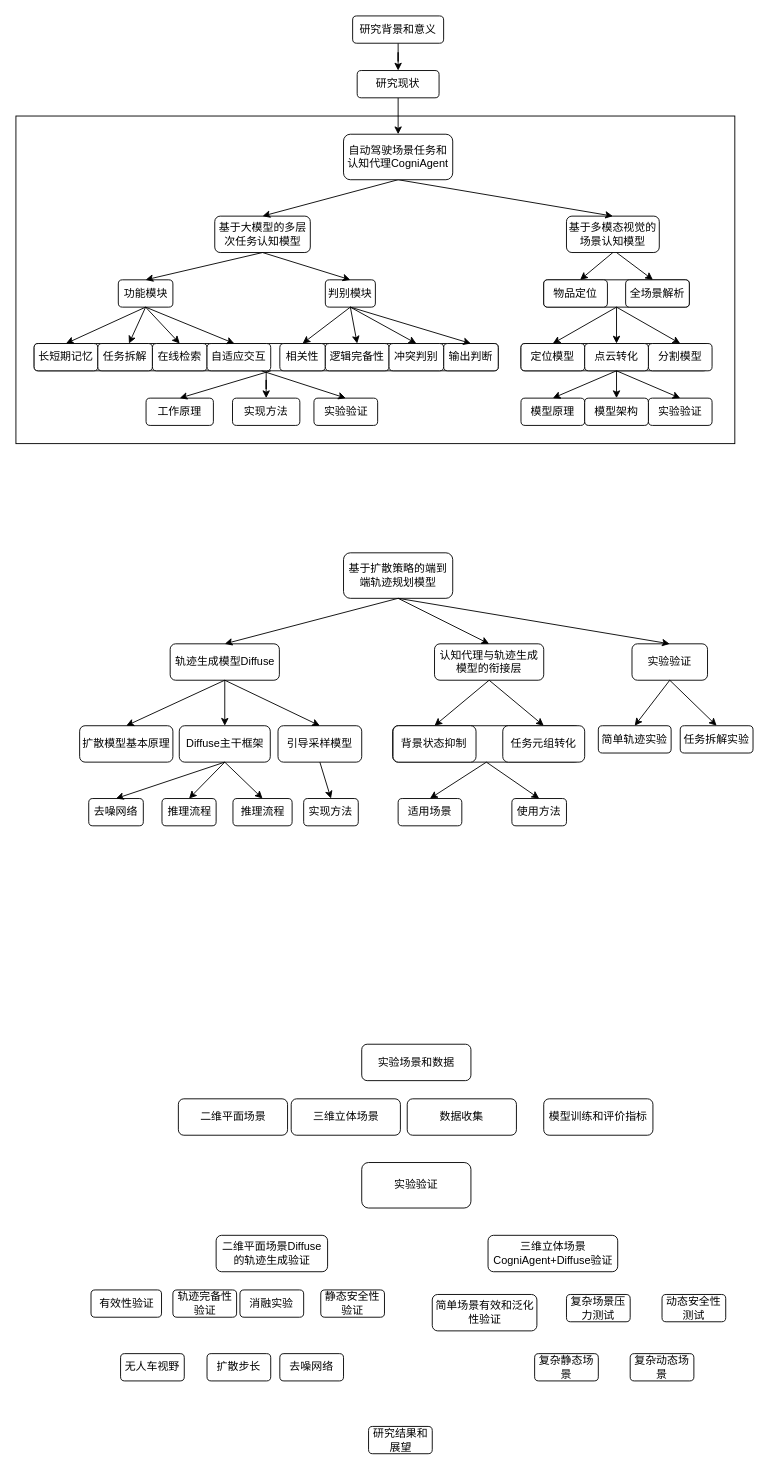
This is 技术路线图.drawio from abigfreshman/abigfreshman, a draw.io file, before an edit. Source tidied: cells renumbered, new cells numbered last; positions are measured from the earlier drawing's top-left corner, leaving out a move shared by most shapes. Both pictures are drawn from the tidied source at 91%, with x=0, y=0 at pixel (15, 15).
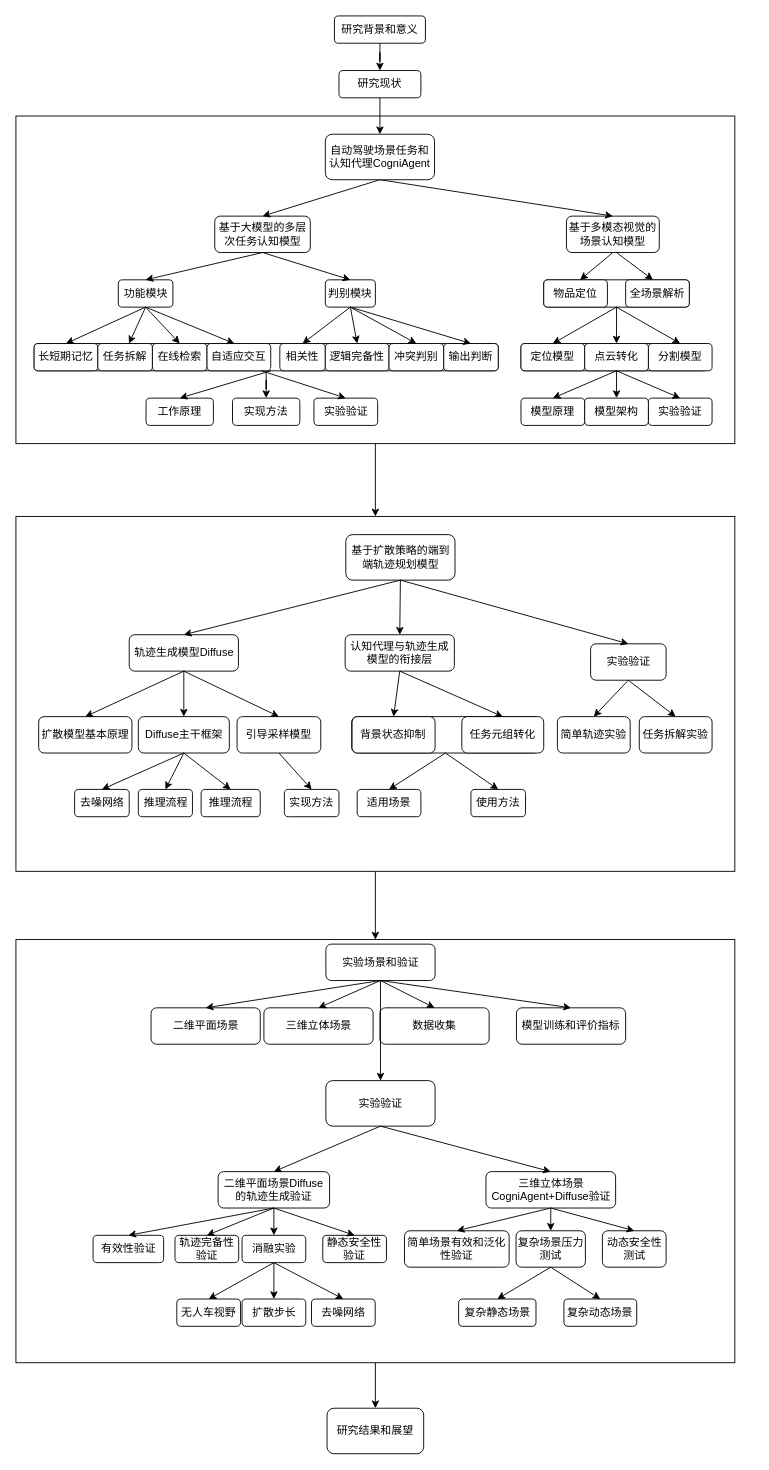
After the change.

Commit message (it also covers changes not shown here):
Update 技术路线图.drawio

Unchanged cells that the change refers to:
```xml
<mxCell id="3" style="rounded=0;whiteSpace=wrap;html=1;" parent="1" vertex="1">
  <mxGeometry y="110" width="790" height="360" as="geometry" />
</mxCell>
```

Diff of the diagram source:
```diff
@@
+    <mxCell id="112" style="edgeStyle=orthogonalEdgeStyle;rounded=0;jettySize=auto;html=1;" parent="1" edge="1" source="113" target="75">
+      <mxGeometry relative="1" as="geometry" />
+    </mxCell>
+    <mxCell id="113" style="rounded=0;whiteSpace=wrap;html=1;" parent="1" vertex="1">
+      <mxGeometry y="1015" width="790" height="465" as="geometry" />
+    </mxCell>
+    <mxCell id="114" style="edgeStyle=orthogonalEdgeStyle;rounded=0;jettySize=auto;html=1;" parent="1" edge="1" source="115" target="113">
+      <mxGeometry relative="1" as="geometry" />
+    </mxCell>
+    <mxCell id="115" style="rounded=0;whiteSpace=wrap;html=1;" parent="1" vertex="1">
+      <mxGeometry y="550" width="790" height="390" as="geometry" />
+    </mxCell>
     <mxCell id="2" style="rounded=1;whiteSpace=wrap;html=1;" parent="1" vertex="1">
-      <mxGeometry x="414" y="780" width="206" height="40" as="geometry" />
+      <mxGeometry x="369" y="770" width="206" height="40" as="geometry" />
     </mxCell>
+    <mxCell id="116" style="edgeStyle=orthogonalEdgeStyle;rounded=0;jettySize=auto;html=1;" parent="1" edge="1" source="3" target="115">
+      <mxGeometry relative="1" as="geometry" />
+    </mxCell>
@@
     <mxCell id="10" value="研究背景和意义" style="rounded=1;whiteSpace=wrap;html=1;" parent="1" vertex="1">
-      <mxGeometry x="370" width="100" height="30" as="geometry" />
+      <mxGeometry x="350" width="100" height="30" as="geometry" />
     </mxCell>
@@
     <mxCell id="12" value="研究现状" style="whiteSpace=wrap;html=1;rounded=1;" parent="1" vertex="1">
-      <mxGeometry x="375" y="60" width="90" height="30" as="geometry" />
+      <mxGeometry x="355" y="60" width="90" height="30" as="geometry" />
     </mxCell>
@@
     <mxCell id="44" value="基于扩散策略的端到端轨迹规划模型" style="rounded=1;whiteSpace=wrap;html=1;" parent="1" vertex="1">
-      <mxGeometry x="360" y="590" width="120" height="50" as="geometry" />
+      <mxGeometry x="362.5" y="570" width="120" height="50" as="geometry" />
     </mxCell>
     <mxCell id="45" value="轨迹生成模型Diffuse" style="whiteSpace=wrap;html=1;rounded=1;" parent="1" vertex="1">
-      <mxGeometry x="169.5" y="690" width="120" height="40" as="geometry" />
+      <mxGeometry x="124.5" y="680" width="120" height="40" as="geometry" />
     </mxCell>
     <mxCell id="46" value="认知代理与轨迹生成模型的衔接层" style="whiteSpace=wrap;html=1;rounded=1;" parent="1" vertex="1">
-      <mxGeometry x="460" y="690" width="120" height="40" as="geometry" />
+      <mxGeometry x="361.8" y="680" width="120" height="40" as="geometry" />
     </mxCell>
     <mxCell id="47" value="扩散模型基本原理" style="whiteSpace=wrap;html=1;rounded=1;" parent="1" vertex="1">
-      <mxGeometry x="70" y="780" width="102.5" height="40" as="geometry" />
+      <mxGeometry x="25" y="770" width="102.5" height="40" as="geometry" />
     </mxCell>
     <mxCell id="48" value="Diffuse主干框架" style="whiteSpace=wrap;html=1;rounded=1;" parent="1" vertex="1">
-      <mxGeometry x="179.5" y="780" width="100" height="40" as="geometry" />
+      <mxGeometry x="134.5" y="770" width="100" height="40" as="geometry" />
     </mxCell>
     <mxCell id="49" value="引导采样模型" style="whiteSpace=wrap;html=1;rounded=1;" parent="1" vertex="1">
-      <mxGeometry x="288" y="780" width="92" height="40" as="geometry" />
+      <mxGeometry x="243" y="770" width="92" height="40" as="geometry" />
     </mxCell>
     <mxCell id="50" value="自动驾驶场景任务和认知代理CogniAgent" style="rounded=1;whiteSpace=wrap;html=1;" parent="1" vertex="1">
-      <mxGeometry x="360" y="130" width="120" height="50" as="geometry" />
+      <mxGeometry x="340" y="130" width="120" height="50" as="geometry" />
     </mxCell>
     <mxCell id="51" value="去噪网络" style="whiteSpace=wrap;html=1;rounded=1;" parent="1" vertex="1">
-      <mxGeometry x="80" y="860" width="60" height="30" as="geometry" />
+      <mxGeometry x="64.5" y="850" width="60" height="30" as="geometry" />
     </mxCell>
     <mxCell id="52" value="推理流程" style="whiteSpace=wrap;html=1;rounded=1;" parent="1" vertex="1">
-      <mxGeometry x="160.5" y="860" width="59.5" height="30" as="geometry" />
+      <mxGeometry x="134.5" y="850" width="59.5" height="30" as="geometry" />
     </mxCell>
     <mxCell id="53" value="推理流程" style="whiteSpace=wrap;html=1;rounded=1;" parent="1" vertex="1">
-      <mxGeometry x="238.5" y="860" width="65" height="30" as="geometry" />
+      <mxGeometry x="203.5" y="850" width="65" height="30" as="geometry" />
     </mxCell>
     <mxCell id="54" value="实现方法" style="whiteSpace=wrap;html=1;rounded=1;" parent="1" vertex="1">
-      <mxGeometry x="316.2" y="860" width="60" height="30" as="geometry" />
+      <mxGeometry x="295" y="850" width="60" height="30" as="geometry" />
     </mxCell>
     <mxCell id="55" value="背景状态抑制" style="whiteSpace=wrap;html=1;rounded=1;" parent="1" vertex="1">
-      <mxGeometry x="414.4" y="780" width="91.2" height="40" as="geometry" />
+      <mxGeometry x="369.4" y="770" width="91.2" height="40" as="geometry" />
     </mxCell>
     <mxCell id="56" value="任务元组转化" style="whiteSpace=wrap;html=1;rounded=1;" parent="1" vertex="1">
-      <mxGeometry x="535" y="780" width="90" height="40" as="geometry" />
+      <mxGeometry x="490" y="770" width="90" height="40" as="geometry" />
     </mxCell>
     <mxCell id="57" value="适用场景" style="whiteSpace=wrap;html=1;rounded=1;" parent="1" vertex="1">
-      <mxGeometry x="420" y="860" width="70" height="30" as="geometry" />
+      <mxGeometry x="375" y="850" width="70" height="30" as="geometry" />
     </mxCell>
     <mxCell id="58" value="使用方法" style="whiteSpace=wrap;html=1;rounded=1;" parent="1" vertex="1">
-      <mxGeometry x="545" y="860" width="60" height="30" as="geometry" />
+      <mxGeometry x="500" y="850" width="60" height="30" as="geometry" />
     </mxCell>
     <mxCell id="59" value="简单轨迹实验" style="rounded=1;whiteSpace=wrap;html=1;" parent="1" vertex="1">
-      <mxGeometry x="640" y="780" width="80" height="30" as="geometry" />
+      <mxGeometry x="595" y="770" width="80" height="40" as="geometry" />
     </mxCell>
     <mxCell id="60" value="实验验证" style="rounded=1;whiteSpace=wrap;html=1;" parent="1" vertex="1">
-      <mxGeometry x="677" y="690" width="83" height="40" as="geometry" />
+      <mxGeometry x="631.5" y="690" width="83" height="40" as="geometry" />
     </mxCell>
-    <mxCell id="61" value="实验场景和数据" style="rounded=1;whiteSpace=wrap;html=1;" parent="1" vertex="1">
-      <mxGeometry x="380" y="1130" width="120" height="40" as="geometry" />
+    <mxCell id="61" value="实验场景和验证" style="rounded=1;whiteSpace=wrap;html=1;" parent="1" vertex="1">
+      <mxGeometry x="340.6" y="1020" width="120" height="40" as="geometry" />
     </mxCell>
     <mxCell id="62" value="二维平面场景" style="rounded=1;whiteSpace=wrap;html=1;" parent="1" vertex="1">
-      <mxGeometry x="178.5" y="1190" width="120" height="40" as="geometry" />
+      <mxGeometry x="148.5" y="1090" width="120" height="40" as="geometry" />
     </mxCell>
     <mxCell id="63" value="三维立体场景" style="rounded=1;whiteSpace=wrap;html=1;" parent="1" vertex="1">
-      <mxGeometry x="302.5" y="1190" width="120" height="40" as="geometry" />
+      <mxGeometry x="272.5" y="1090" width="120" height="40" as="geometry" />
     </mxCell>
     <mxCell id="64" value="数据收集" style="rounded=1;whiteSpace=wrap;html=1;" parent="1" vertex="1">
-      <mxGeometry x="430" y="1190" width="120" height="40" as="geometry" />
+      <mxGeometry x="400" y="1090" width="120" height="40" as="geometry" />
     </mxCell>
     <mxCell id="65" value="模型训练和评价指标" style="rounded=1;whiteSpace=wrap;html=1;" parent="1" vertex="1">
-      <mxGeometry x="580" y="1190" width="120" height="40" as="geometry" />
+      <mxGeometry x="550" y="1090" width="120" height="40" as="geometry" />
     </mxCell>
     <mxCell id="66" value="实验验证" style="rounded=1;whiteSpace=wrap;html=1;" parent="1" vertex="1">
-      <mxGeometry x="380" y="1260" width="120" height="50" as="geometry" />
+      <mxGeometry x="340.6" y="1170" width="120" height="50" as="geometry" />
     </mxCell>
     <mxCell id="67" value="二维平面场景Diffuse的轨迹生成验证" style="rounded=1;whiteSpace=wrap;html=1;" parent="1" vertex="1">
-      <mxGeometry x="220" y="1340" width="122.5" height="40" as="geometry" />
+      <mxGeometry x="222.2" y="1270" width="122.5" height="40" as="geometry" />
     </mxCell>
     <mxCell id="68" value="三维立体场景CogniAgent+Diffuse验证" style="rounded=1;whiteSpace=wrap;html=1;" parent="1" vertex="1">
-      <mxGeometry x="518.8" y="1340" width="142.5" height="40" as="geometry" />
+      <mxGeometry x="516.5" y="1270" width="142.5" height="40" as="geometry" />
     </mxCell>
     <mxCell id="69" value="轨迹完备性验证" style="whiteSpace=wrap;html=1;rounded=1;" parent="1" vertex="1">
-      <mxGeometry x="172.5" y="1400" width="70" height="30" as="geometry" />
+      <mxGeometry x="174.8" y="1340" width="70" height="30" as="geometry" />
     </mxCell>
     <mxCell id="70" value="有效性验证" style="whiteSpace=wrap;html=1;rounded=1;" parent="1" vertex="1">
-      <mxGeometry x="82.5" y="1400" width="77.5" height="30" as="geometry" />
+      <mxGeometry x="84.8" y="1340" width="77.5" height="30" as="geometry" />
     </mxCell>
     <mxCell id="71" value="扩散步长" style="whiteSpace=wrap;html=1;rounded=1;" parent="1" vertex="1">
-      <mxGeometry x="210" y="1470" width="70" height="30" as="geometry" />
+      <mxGeometry x="248.5" y="1410" width="70" height="30" as="geometry" />
     </mxCell>
     <mxCell id="72" value="无人车视野" style="whiteSpace=wrap;html=1;rounded=1;" parent="1" vertex="1">
-      <mxGeometry x="115" y="1470" width="70" height="30" as="geometry" />
+      <mxGeometry x="176.8" y="1410" width="70" height="30" as="geometry" />
     </mxCell>
     <mxCell id="73" value="消融实验" style="whiteSpace=wrap;html=1;rounded=1;" parent="1" vertex="1">
-      <mxGeometry x="246.2" y="1400" width="70" height="30" as="geometry" />
+      <mxGeometry x="248.5" y="1340" width="70" height="30" as="geometry" />
     </mxCell>
     <mxCell id="74" value="静态安全性验证" style="whiteSpace=wrap;html=1;rounded=1;" parent="1" vertex="1">
-      <mxGeometry x="335" y="1400" width="70" height="30" as="geometry" />
+      <mxGeometry x="337.2" y="1340" width="70" height="30" as="geometry" />
     </mxCell>
     <mxCell id="75" value="研究结果和展望" style="whiteSpace=wrap;html=1;rounded=1;" parent="1" vertex="1">
-      <mxGeometry x="387.5" y="1550" width="70" height="30" as="geometry" />
+      <mxGeometry x="341.9" y="1530" width="106.2" height="50" as="geometry" />
     </mxCell>
     <mxCell id="76" value="动态安全性测试" style="whiteSpace=wrap;html=1;rounded=1;" parent="1" vertex="1">
-      <mxGeometry x="710" y="1405" width="70" height="30" as="geometry" />
+      <mxGeometry x="644.5" y="1335" width="70" height="40" as="geometry" />
     </mxCell>
     <mxCell id="77" value="复杂动态场景" style="whiteSpace=wrap;html=1;rounded=1;" parent="1" vertex="1">
-      <mxGeometry x="675" y="1470" width="70" height="30" as="geometry" />
+      <mxGeometry x="602.2" y="1410" width="80" height="30" as="geometry" />
     </mxCell>
     <mxCell id="78" value="复杂静态场景" style="whiteSpace=wrap;html=1;rounded=1;" parent="1" vertex="1">
-      <mxGeometry x="570" y="1470" width="70" height="30" as="geometry" />
+      <mxGeometry x="486.5" y="1410" width="85" height="30" as="geometry" />
     </mxCell>
     <mxCell id="79" value="复杂场景压力测试" style="whiteSpace=wrap;html=1;rounded=1;" parent="1" vertex="1">
-      <mxGeometry x="605" y="1405" width="70" height="30" as="geometry" />
+      <mxGeometry x="549.6" y="1335" width="76.2" height="40" as="geometry" />
     </mxCell>
     <mxCell id="80" value="简单场景有效和泛化性验证" style="whiteSpace=wrap;html=1;rounded=1;" parent="1" vertex="1">
-      <mxGeometry x="457.5" y="1405" width="115" height="40" as="geometry" />
+      <mxGeometry x="427" y="1335" width="115" height="40" as="geometry" />
     </mxCell>
     <mxCell id="81" value="去噪网络" style="whiteSpace=wrap;html=1;rounded=1;" parent="1" vertex="1">
-      <mxGeometry x="290" y="1470" width="70" height="30" as="geometry" />
+      <mxGeometry x="324.8" y="1410" width="70" height="30" as="geometry" />
     </mxCell>
@@
     <mxCell id="111" value="任务拆解实验" style="rounded=1;whiteSpace=wrap;html=1;" parent="1" vertex="1">
-      <mxGeometry x="730" y="780" width="80" height="30" as="geometry" />
+      <mxGeometry x="685" y="770" width="80" height="40" as="geometry" />
     </mxCell>
+    <mxCell id="117" style="endArrow=classic;html=1;rounded=0;entryX=0.5;entryY=0;entryDx=0;entryDy=0;exitX=0.5;exitY=1;exitDx=0;exitDy=0;" parent="1" edge="1" source="66" target="68">
+      <mxGeometry relative="1" as="geometry" />
+    </mxCell>
+    <mxCell id="118" style="endArrow=classic;html=1;rounded=0;exitX=0.5;exitY=1;exitDx=0;exitDy=0;entryX=0.5;entryY=0;entryDx=0;entryDy=0;" parent="1" edge="1" source="66" target="67">
+      <mxGeometry relative="1" as="geometry" />
+    </mxCell>
+    <mxCell id="119" style="endArrow=classic;html=1;rounded=0;entryX=0.5;entryY=0;entryDx=0;entryDy=0;exitX=0.5;exitY=1;exitDx=0;exitDy=0;" parent="1" edge="1" source="61" target="65">
+      <mxGeometry relative="1" as="geometry" />
+    </mxCell>
+    <mxCell id="120" style="endArrow=classic;html=1;rounded=0;exitX=0.5;exitY=1;exitDx=0;exitDy=0;entryX=0.5;entryY=0;entryDx=0;entryDy=0;" parent="1" edge="1" source="61" target="64">
+      <mxGeometry relative="1" as="geometry" />
+    </mxCell>
+    <mxCell id="121" style="endArrow=classic;html=1;rounded=0;exitX=0.5;exitY=1;exitDx=0;exitDy=0;entryX=0.5;entryY=0;entryDx=0;entryDy=0;" parent="1" edge="1" source="61" target="63">
+      <mxGeometry relative="1" as="geometry" />
+    </mxCell>
+    <mxCell id="122" style="endArrow=classic;html=1;rounded=0;entryX=0.5;entryY=0;entryDx=0;entryDy=0;exitX=0.5;exitY=1;exitDx=0;exitDy=0;" parent="1" edge="1" source="61" target="62">
+      <mxGeometry relative="1" as="geometry" />
+    </mxCell>
+    <mxCell id="123" style="endArrow=classic;html=1;rounded=0;entryX=0.5;entryY=0;entryDx=0;entryDy=0;exitX=0.5;exitY=1;exitDx=0;exitDy=0;" parent="1" edge="1" source="73" target="71">
+      <mxGeometry relative="1" as="geometry" />
+    </mxCell>
+    <mxCell id="124" style="endArrow=classic;html=1;rounded=0;entryX=0.5;entryY=0;entryDx=0;entryDy=0;exitX=0.5;exitY=1;exitDx=0;exitDy=0;" parent="1" edge="1" source="73" target="81">
+      <mxGeometry relative="1" as="geometry" />
+    </mxCell>
+    <mxCell id="125" style="endArrow=classic;html=1;rounded=0;exitX=0.5;exitY=1;exitDx=0;exitDy=0;entryX=0.5;entryY=0;entryDx=0;entryDy=0;" parent="1" edge="1" source="68" target="80">
+      <mxGeometry relative="1" as="geometry" />
+    </mxCell>
+    <mxCell id="126" style="endArrow=classic;html=1;rounded=0;entryX=0.5;entryY=0;entryDx=0;entryDy=0;exitX=0.5;exitY=1;exitDx=0;exitDy=0;" parent="1" edge="1" source="68" target="79">
+      <mxGeometry relative="1" as="geometry" />
+    </mxCell>
+    <mxCell id="127" style="endArrow=classic;html=1;rounded=0;exitX=0.5;exitY=1;exitDx=0;exitDy=0;entryX=0.5;entryY=0;entryDx=0;entryDy=0;" parent="1" edge="1" source="73" target="72">
+      <mxGeometry relative="1" as="geometry" />
+    </mxCell>
+    <mxCell id="128" style="endArrow=classic;html=1;rounded=0;entryX=0.5;entryY=0;entryDx=0;entryDy=0;exitX=0.5;exitY=1;exitDx=0;exitDy=0;" parent="1" edge="1" source="67" target="74">
+      <mxGeometry relative="1" as="geometry" />
+    </mxCell>
+    <mxCell id="129" style="endArrow=classic;html=1;rounded=0;entryX=0.5;entryY=0;entryDx=0;entryDy=0;exitX=0.5;exitY=1;exitDx=0;exitDy=0;" parent="1" edge="1" source="67" target="73">
+      <mxGeometry relative="1" as="geometry" />
+    </mxCell>
+    <mxCell id="130" style="endArrow=classic;html=1;rounded=0;entryX=0.5;entryY=0;entryDx=0;entryDy=0;exitX=0.5;exitY=1;exitDx=0;exitDy=0;" parent="1" edge="1" source="67" target="69">
+      <mxGeometry relative="1" as="geometry" />
+    </mxCell>
+    <mxCell id="131" style="endArrow=classic;html=1;rounded=0;entryX=0.5;entryY=0;entryDx=0;entryDy=0;exitX=0.5;exitY=1;exitDx=0;exitDy=0;" parent="1" edge="1" source="67" target="70">
+      <mxGeometry relative="1" as="geometry" />
+    </mxCell>
+    <mxCell id="132" style="endArrow=classic;html=1;rounded=0;entryX=0.5;entryY=0;entryDx=0;entryDy=0;exitX=0.5;exitY=1;exitDx=0;exitDy=0;" parent="1" edge="1" source="68" target="76">
+      <mxGeometry relative="1" as="geometry" />
+    </mxCell>
+    <mxCell id="133" style="endArrow=classic;html=1;rounded=0;entryX=0.5;entryY=0;entryDx=0;entryDy=0;exitX=0.5;exitY=1;exitDx=0;exitDy=0;" parent="1" edge="1" source="79" target="78">
+      <mxGeometry relative="1" as="geometry" />
+    </mxCell>
+    <mxCell id="134" style="endArrow=classic;html=1;rounded=0;exitX=0.5;exitY=1;exitDx=0;exitDy=0;entryX=0.5;entryY=0;entryDx=0;entryDy=0;" parent="1" edge="1" source="79" target="77">
+      <mxGeometry relative="1" as="geometry" />
+    </mxCell>
+    <mxCell id="135" style="endArrow=classic;html=1;rounded=0;exitX=0.5;exitY=1;exitDx=0;exitDy=0;entryX=0.5;entryY=0;entryDx=0;entryDy=0;" parent="1" edge="1" source="61" target="66">
+      <mxGeometry relative="1" as="geometry" />
+    </mxCell>
```
